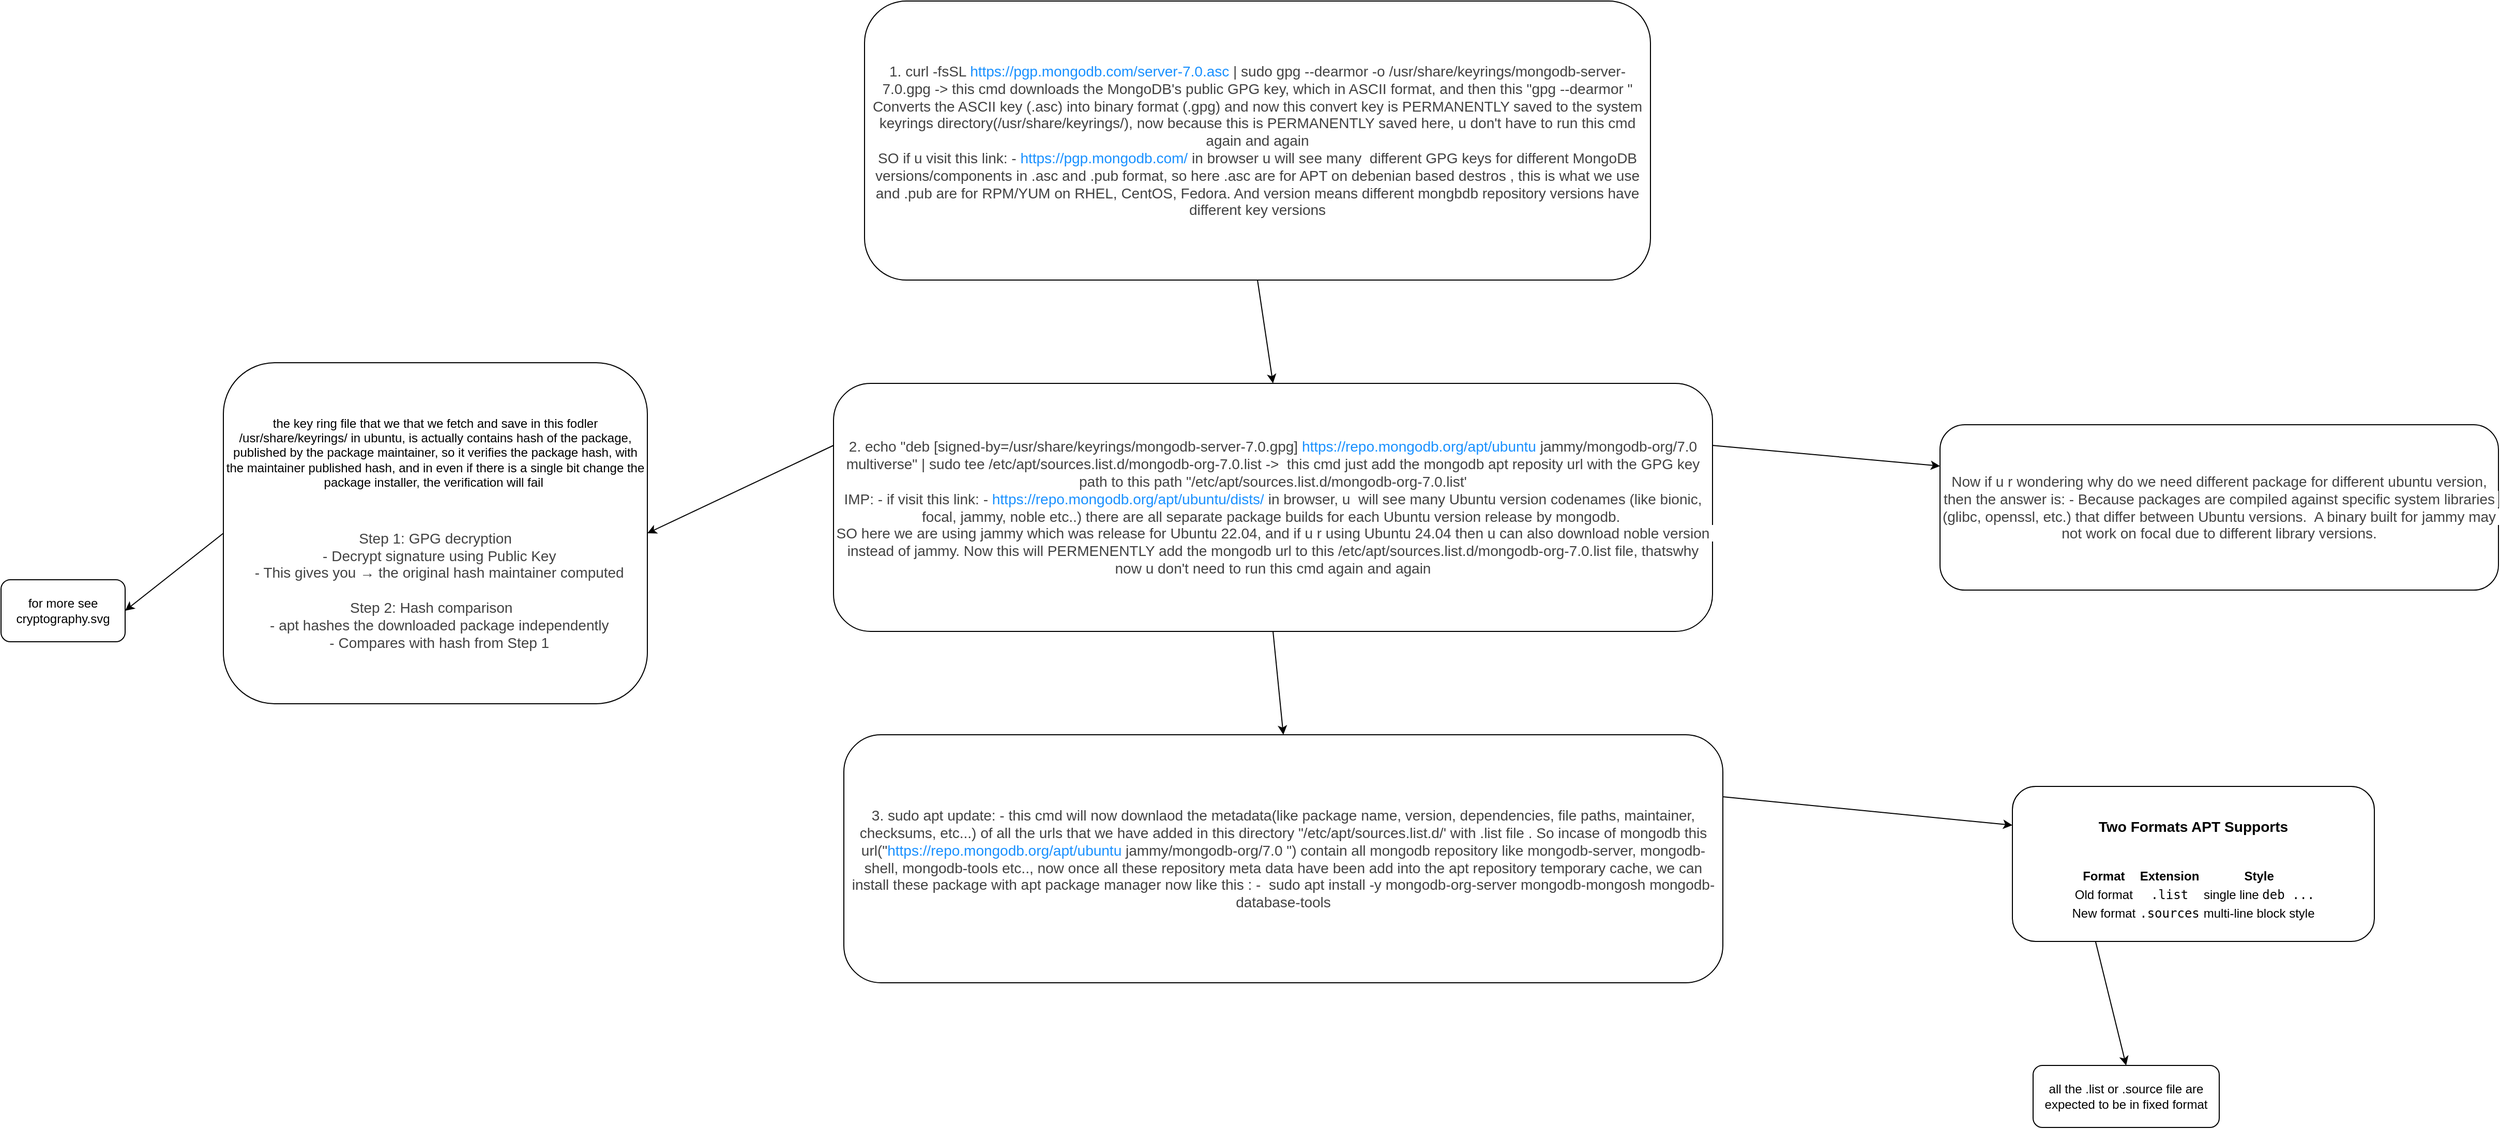
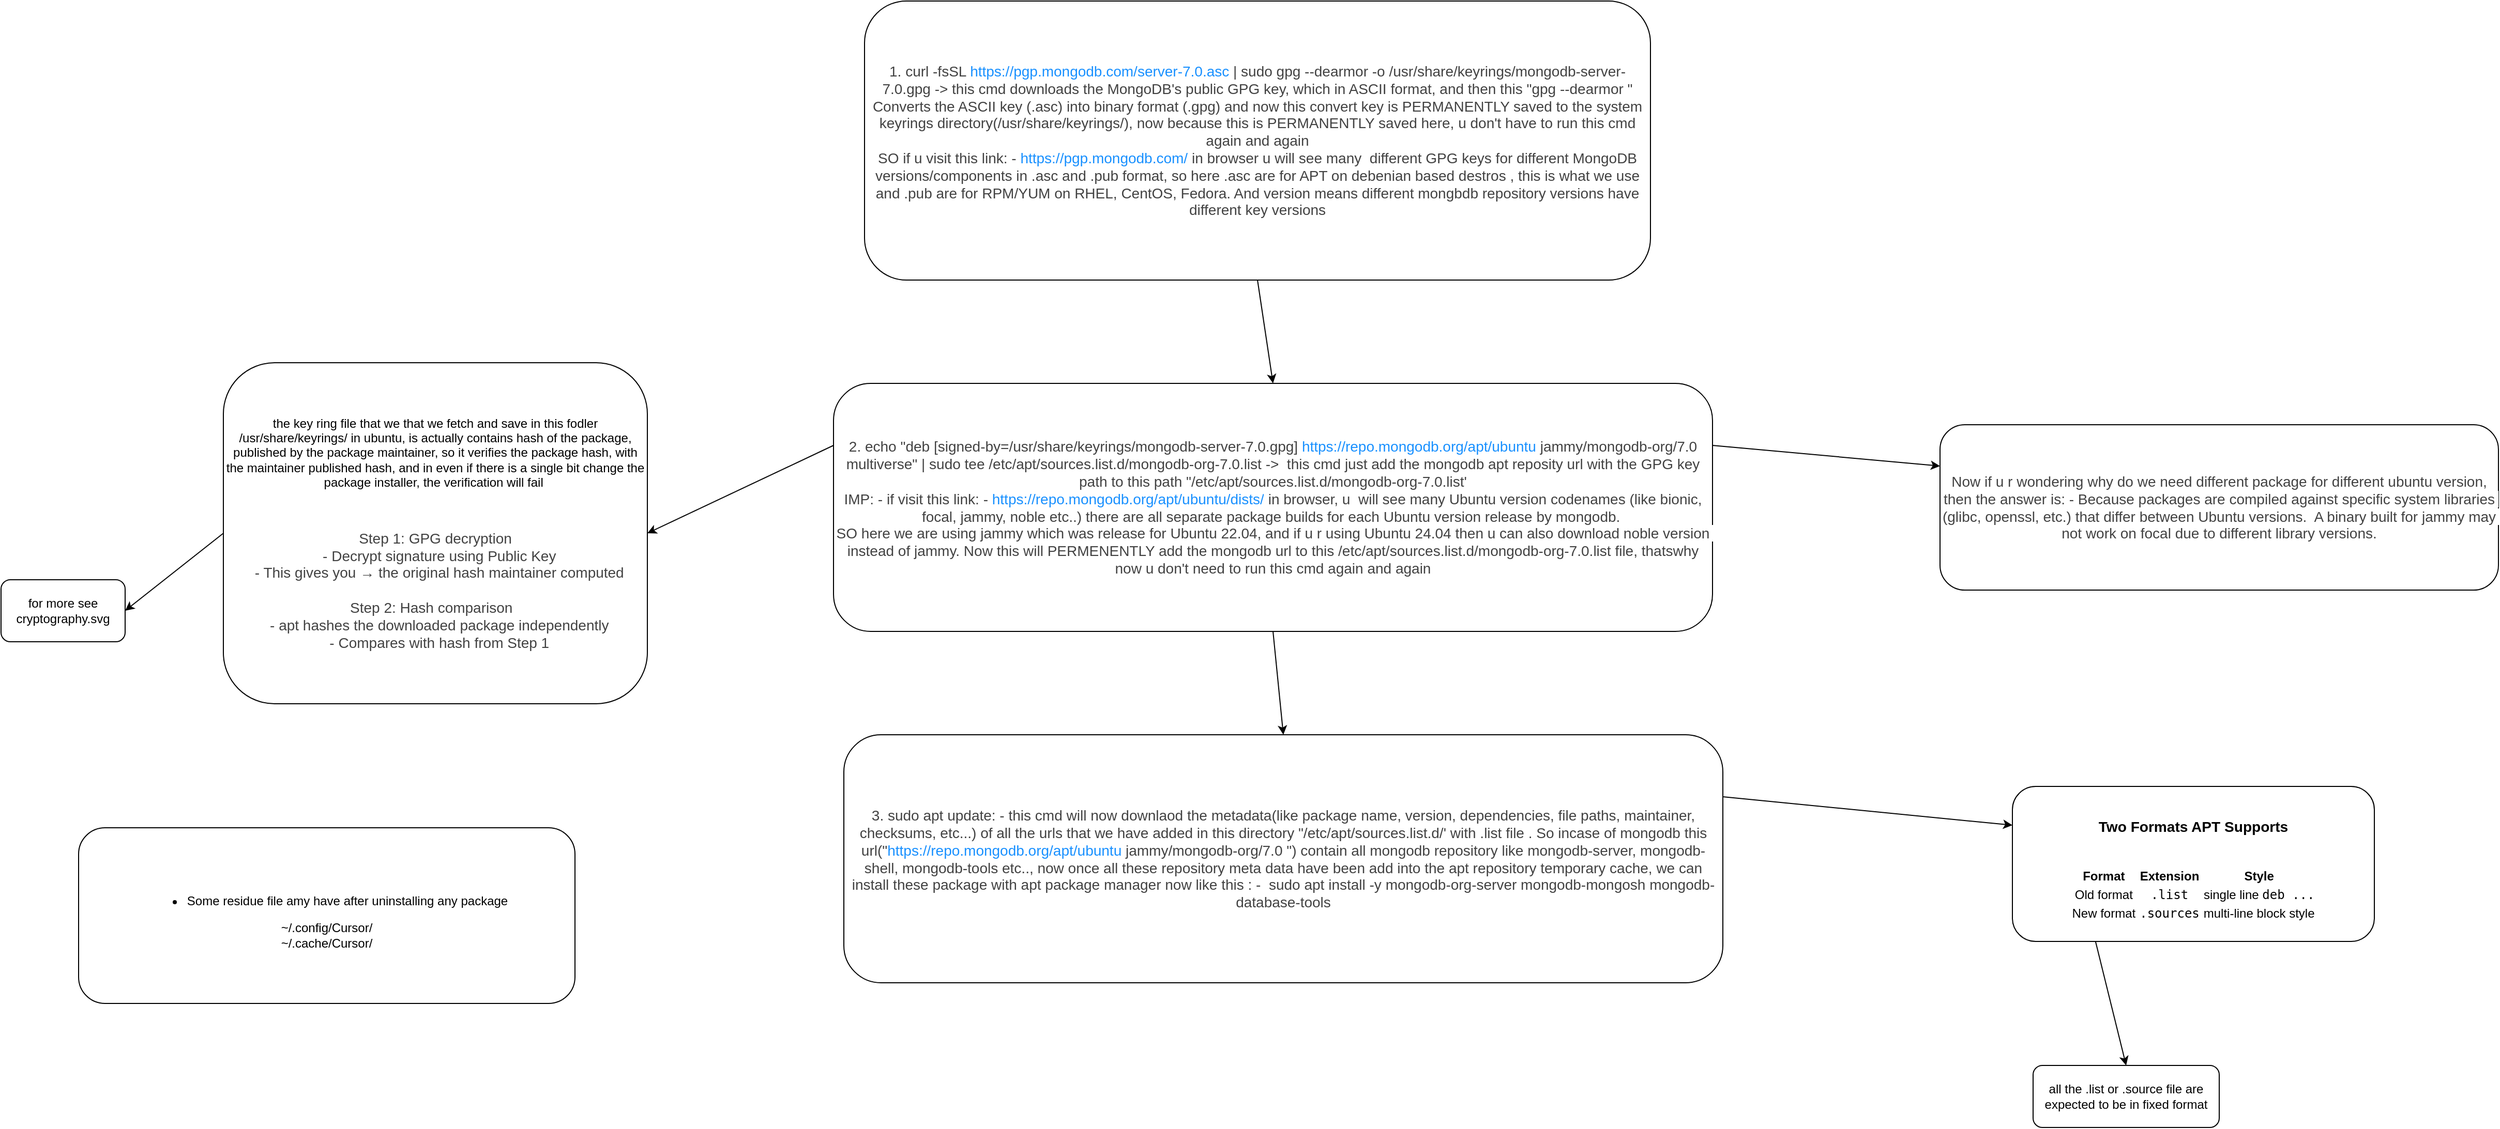
<mxfile host="65bd71144e">
    <diagram id="QQs63BoRLsVjoyWR4fhj" name="Page-1">
-         <mxGraphModel dx="2236" dy="1832" grid="1" gridSize="10" guides="1" tooltips="1" connect="1" arrows="1" fold="1" page="1" pageScale="1" pageWidth="850" pageHeight="1100" background="#ffffff" math="0" shadow="0">
+         <mxGraphModel dx="2401" dy="2146" grid="1" gridSize="10" guides="1" tooltips="1" connect="1" arrows="1" fold="1" page="1" pageScale="1" pageWidth="850" pageHeight="1100" background="#ffffff" math="0" shadow="0">
            <root>
                <mxCell id="0"/>
                <mxCell id="1" parent="0"/>
                <mxCell id="5" style="edgeStyle=none;html=1;exitX=0.5;exitY=1;exitDx=0;exitDy=0;entryX=0.5;entryY=0;entryDx=0;entryDy=0;" parent="1" source="3" target="4" edge="1">
                    <mxGeometry relative="1" as="geometry"/>
                </mxCell>
                <mxCell id="3" value="&lt;font style=&quot;color: light-dark(rgb(0, 0, 0), rgb(255, 255, 255));&quot;&gt;&lt;span style=&quot;font-family: Poppins, &amp;quot;Noto Color Emoji&amp;quot;, sans-serif; font-size: 14px; text-align: start; white-space-collapse: preserve; background-color: rgb(255, 255, 255); color: rgb(66, 66, 66);&quot;&gt;1. curl -fsSL &lt;/span&gt;&lt;a style=&quot;box-sizing: border-box; font-family: Poppins, &amp;quot;Noto Color Emoji&amp;quot;, sans-serif; text-decoration-line: none; background-color: rgb(255, 255, 255); outline: none; cursor: pointer; transition: color 0.3s; touch-action: manipulation; font-size: 14px; text-align: start; white-space-collapse: preserve; color: rgb(24, 144, 255);&quot; href=&quot;https://pgp.mongodb.com/server-7.0.asc&quot;&gt;https://pgp.mongodb.com/server-7.0.asc&lt;/a&gt;&lt;span style=&quot;font-family: Poppins, &amp;quot;Noto Color Emoji&amp;quot;, sans-serif; font-size: 14px; text-align: start; white-space-collapse: preserve; background-color: rgb(255, 255, 255); color: rgb(66, 66, 66);&quot;&gt; | sudo gpg --dearmor -o /usr/share/keyrings/mongodb-server-7.0.gpg -&amp;gt; this cmd downloads the MongoDB&#39;s public GPG key, which in ASCII format, and then this &quot;gpg --dearmor &quot; Converts the ASCII key (.asc) into binary format (.gpg) and now this convert key is PERMANENTLY saved to the system keyrings directory(/usr/share/keyrings/), now because this is PERMANENTLY saved here, u don&#39;t have to run this cmd again and again&lt;br&gt;SO if u visit this link: - &lt;/span&gt;&lt;a style=&quot;box-sizing: border-box; font-family: Poppins, &amp;quot;Noto Color Emoji&amp;quot;, sans-serif; text-decoration-line: none; background-color: rgb(255, 255, 255); outline: none; cursor: pointer; transition: color 0.3s; touch-action: manipulation; font-size: 14px; text-align: start; white-space-collapse: preserve; color: rgb(24, 144, 255);&quot; href=&quot;https://pgp.mongodb.com/&quot;&gt;https://pgp.mongodb.com/&lt;/a&gt;&lt;span style=&quot;font-family: Poppins, &amp;quot;Noto Color Emoji&amp;quot;, sans-serif; font-size: 14px; text-align: start; white-space-collapse: preserve; background-color: rgb(255, 255, 255); color: rgb(66, 66, 66);&quot;&gt; in browser u will see many  different GPG keys for different MongoDB versions/components in .asc and .pub format, so here .asc are for APT on debenian based destros , this is what we use and .pub are for RPM/YUM on RHEL, CentOS, Fedora. And version means different mongbdb repository versions have different key versions&lt;/span&gt;&lt;/font&gt;" style="rounded=1;whiteSpace=wrap;html=1;" parent="1" vertex="1">
                    <mxGeometry x="290" y="-40" width="760" height="270" as="geometry"/>
                </mxCell>
                <mxCell id="7" style="edgeStyle=none;html=1;exitX=0.5;exitY=1;exitDx=0;exitDy=0;entryX=0.5;entryY=0;entryDx=0;entryDy=0;" parent="1" source="4" target="6" edge="1">
                    <mxGeometry relative="1" as="geometry"/>
                </mxCell>
                <mxCell id="9" style="edgeStyle=none;html=1;exitX=1;exitY=0.25;exitDx=0;exitDy=0;entryX=0;entryY=0.25;entryDx=0;entryDy=0;" parent="1" source="4" target="8" edge="1">
                    <mxGeometry relative="1" as="geometry"/>
                </mxCell>
                <mxCell id="12" style="edgeStyle=none;html=1;exitX=0;exitY=0.25;exitDx=0;exitDy=0;entryX=1;entryY=0.5;entryDx=0;entryDy=0;" parent="1" source="4" target="13" edge="1">
                    <mxGeometry relative="1" as="geometry">
                        <mxPoint x="140" y="410" as="targetPoint"/>
                    </mxGeometry>
                </mxCell>
                <mxCell id="4" value="&lt;span style=&quot;color: rgb(66, 66, 66); font-family: Poppins, &amp;quot;Noto Color Emoji&amp;quot;, sans-serif; font-size: 14px; text-align: start; white-space-collapse: preserve; background-color: rgb(255, 255, 255);&quot;&gt;2. echo &quot;deb [signed-by=/usr/share/keyrings/mongodb-server-7.0.gpg] &lt;/span&gt;&lt;a style=&quot;box-sizing: border-box; font-family: Poppins, &amp;quot;Noto Color Emoji&amp;quot;, sans-serif; text-decoration-line: none; background-color: rgb(255, 255, 255); outline: none; cursor: pointer; transition: color 0.3s; touch-action: manipulation; font-size: 14px; text-align: start; white-space-collapse: preserve; color: rgb(24, 144, 255);&quot; href=&quot;https://repo.mongodb.org/apt/ubuntu&quot;&gt;https://repo.mongodb.org/apt/ubuntu&lt;/a&gt;&lt;span style=&quot;color: rgb(66, 66, 66); font-family: Poppins, &amp;quot;Noto Color Emoji&amp;quot;, sans-serif; font-size: 14px; text-align: start; white-space-collapse: preserve; background-color: rgb(255, 255, 255);&quot;&gt; jammy/mongodb-org/7.0 multiverse&quot; | sudo tee /etc/apt/sources.list.d/mongodb-org-7.0.list -&amp;gt;  this cmd just add the mongodb apt reposity url with the GPG key path to this path &quot;/etc/apt/sources.list.d/mongodb-org-7.0.list&#39;&lt;br&gt;IMP: - if visit this link: - &lt;/span&gt;&lt;a style=&quot;box-sizing: border-box; font-family: Poppins, &amp;quot;Noto Color Emoji&amp;quot;, sans-serif; text-decoration-line: none; background-color: rgb(255, 255, 255); outline: none; cursor: pointer; transition: color 0.3s; touch-action: manipulation; font-size: 14px; text-align: start; white-space-collapse: preserve; color: rgb(24, 144, 255);&quot; href=&quot;https://repo.mongodb.org/apt/ubuntu/dists/&quot;&gt;https://repo.mongodb.org/apt/ubuntu/dists/&lt;/a&gt;&lt;span style=&quot;color: rgb(66, 66, 66); font-family: Poppins, &amp;quot;Noto Color Emoji&amp;quot;, sans-serif; font-size: 14px; text-align: start; white-space-collapse: preserve; background-color: rgb(255, 255, 255);&quot;&gt; in browser, u  will see many Ubuntu version codenames (like bionic, focal, jammy, noble etc..) there are all separate package builds for each Ubuntu version release by mongodb. &lt;br&gt;SO here we are using jammy which was release for Ubuntu 22.04, and if u r using Ubuntu 24.04 then u can also download noble version instead of jammy. Now this will PERMENENTLY add the mongodb url to this /etc/apt/sources.list.d/mongodb-org-7.0.list file, thatswhy now u don&#39;t need to run this cmd again and again&lt;/span&gt;" style="rounded=1;whiteSpace=wrap;html=1;" parent="1" vertex="1">
                    <mxGeometry x="260" y="330" width="850" height="240" as="geometry"/>
                </mxCell>
                <mxCell id="11" style="edgeStyle=none;html=1;exitX=1;exitY=0.25;exitDx=0;exitDy=0;entryX=0;entryY=0.25;entryDx=0;entryDy=0;" parent="1" source="6" target="10" edge="1">
                    <mxGeometry relative="1" as="geometry"/>
                </mxCell>
                <mxCell id="14" style="edgeStyle=none;html=1;exitX=0.227;exitY=0.975;exitDx=0;exitDy=0;entryX=0.5;entryY=0;entryDx=0;entryDy=0;exitPerimeter=0;" parent="1" source="10" target="15" edge="1">
                    <mxGeometry relative="1" as="geometry">
                        <mxPoint x="120" y="770" as="targetPoint"/>
                    </mxGeometry>
                </mxCell>
                <mxCell id="6" value="&lt;span style=&quot;color: rgb(66, 66, 66); font-family: Poppins, &amp;quot;Noto Color Emoji&amp;quot;, sans-serif; font-size: 14px; text-align: start; white-space-collapse: preserve; background-color: rgb(255, 255, 255);&quot;&gt;3. sudo apt update: - this cmd will now downlaod the metadata(like package name, version, dependencies, file paths, maintainer, checksums, etc...) of all the urls that we have added in this directory &quot;/etc/apt/sources.list.d/&#39; with .list file . So incase of mongodb this url(&quot;&lt;/span&gt;&lt;a style=&quot;box-sizing: border-box; font-family: Poppins, &amp;quot;Noto Color Emoji&amp;quot;, sans-serif; text-decoration-line: none; background-color: rgb(255, 255, 255); outline: none; cursor: pointer; transition: color 0.3s; touch-action: manipulation; font-size: 14px; text-align: start; white-space-collapse: preserve; color: rgb(24, 144, 255) !important;&quot; href=&quot;https://repo.mongodb.org/apt/ubuntu&quot;&gt;https://repo.mongodb.org/apt/ubuntu&lt;/a&gt;&lt;span style=&quot;color: rgb(66, 66, 66); font-family: Poppins, &amp;quot;Noto Color Emoji&amp;quot;, sans-serif; font-size: 14px; text-align: start; white-space-collapse: preserve; background-color: rgb(255, 255, 255);&quot;&gt; jammy/mongodb-org/7.0 &quot;) contain all mongodb repository like mongodb-server, mongodb-shell, mongodb-tools etc.., now once all these repository meta data have been add into the apt repository temporary cache, we can install these package with apt package manager now like this : -  sudo apt install -y mongodb-org-server mongodb-mongosh mongodb-database-tools&lt;/span&gt;" style="rounded=1;whiteSpace=wrap;html=1;" parent="1" vertex="1">
                    <mxGeometry x="270" y="670" width="850" height="240" as="geometry"/>
                </mxCell>
                <mxCell id="8" value="&lt;span style=&quot;color: rgb(66, 66, 66); font-family: Poppins, &amp;quot;Noto Color Emoji&amp;quot;, sans-serif; font-size: 14px; text-align: start; white-space-collapse: preserve; background-color: rgb(255, 255, 255);&quot;&gt;Now if u r wondering why do we need different package for different ubuntu version, then the answer is: - Because packages are compiled against specific system libraries (glibc, openssl, etc.) that differ between Ubuntu versions.  A binary built for jammy may not work on focal due to different library versions.&lt;/span&gt;" style="rounded=1;whiteSpace=wrap;html=1;" parent="1" vertex="1">
                    <mxGeometry x="1330" y="370" width="540" height="160" as="geometry"/>
                </mxCell>
                <mxCell id="10" value="&lt;h3 class=&quot;text-text-100 mt-2 -mb-1 text-base font-bold&quot;&gt;Two Formats APT Supports&lt;/h3&gt;&lt;br/&gt;&lt;div class=&quot;overflow-x-auto w-full px-2 mb-6&quot;&gt;&lt;table class=&quot;min-w-full border-collapse text-sm leading-[1.7] whitespace-normal&quot;&gt;&lt;thead class=&quot;text-left&quot;&gt;&lt;tr&gt;&lt;th class=&quot;text-text-100 border-b-0.5 border-border-300/60 py-2 pr-4 align-top font-bold&quot;&gt;Format&lt;/th&gt;&lt;th class=&quot;text-text-100 border-b-0.5 border-border-300/60 py-2 pr-4 align-top font-bold&quot;&gt;Extension&lt;/th&gt;&lt;th class=&quot;text-text-100 border-b-0.5 border-border-300/60 py-2 pr-4 align-top font-bold&quot;&gt;Style&lt;/th&gt;&lt;/tr&gt;&lt;/thead&gt;&lt;tbody&gt;&lt;tr&gt;&lt;td class=&quot;border-b-0.5 border-border-300/30 py-2 pr-4 align-top&quot;&gt;Old format&lt;/td&gt;&lt;td class=&quot;border-b-0.5 border-border-300/30 py-2 pr-4 align-top&quot;&gt;&lt;code class=&quot;bg-text-200/5 border border-0.5 border-border-300 text-danger-000 whitespace-pre-wrap rounded-[0.4rem] px-1 py-px text-[0.9rem]&quot;&gt;.list&lt;/code&gt;&lt;/td&gt;&lt;td class=&quot;border-b-0.5 border-border-300/30 py-2 pr-4 align-top&quot;&gt;single line &lt;code class=&quot;bg-text-200/5 border border-0.5 border-border-300 text-danger-000 whitespace-pre-wrap rounded-[0.4rem] px-1 py-px text-[0.9rem]&quot;&gt;deb ...&lt;/code&gt;&lt;/td&gt;&lt;/tr&gt;&lt;tr&gt;&lt;td class=&quot;border-b-0.5 border-border-300/30 py-2 pr-4 align-top&quot;&gt;New format&lt;/td&gt;&lt;td class=&quot;border-b-0.5 border-border-300/30 py-2 pr-4 align-top&quot;&gt;&lt;code class=&quot;bg-text-200/5 border border-0.5 border-border-300 text-danger-000 whitespace-pre-wrap rounded-[0.4rem] px-1 py-px text-[0.9rem]&quot;&gt;.sources&lt;/code&gt;&lt;/td&gt;&lt;td class=&quot;border-b-0.5 border-border-300/30 py-2 pr-4 align-top&quot;&gt;multi-line block style&lt;/td&gt;&lt;/tr&gt;&lt;/tbody&gt;&lt;/table&gt;&lt;/div&gt;" style="rounded=1;whiteSpace=wrap;html=1;" parent="1" vertex="1">
                    <mxGeometry x="1400" y="720" width="350" height="150" as="geometry"/>
                </mxCell>
-                 <mxCell id="16" style="edgeStyle=none;html=1;exitX=0;exitY=0.5;exitDx=0;exitDy=0;entryX=1;entryY=0.5;entryDx=0;entryDy=0;" edge="1" parent="1" source="13" target="17">
+                 <mxCell id="16" style="edgeStyle=none;html=1;exitX=0;exitY=0.5;exitDx=0;exitDy=0;entryX=1;entryY=0.5;entryDx=0;entryDy=0;" parent="1" source="13" target="17" edge="1">
                    <mxGeometry relative="1" as="geometry">
                        <mxPoint x="-390" y="490" as="targetPoint"/>
                    </mxGeometry>
                </mxCell>
                <mxCell id="13" value="&lt;p data-pm-slice=&quot;1 1 []&quot;&gt;the key ring file that we that we fetch and save in this fodler /usr/share/keyrings/ in ubuntu, is actually contains hash of the package, published by the package maintainer, so it verifies the package hash, with the maintainer published hash, and in even if there is a single bit change the package installer, the verification will fail&amp;nbsp;&lt;/p&gt;&lt;p data-pm-slice=&quot;1 1 []&quot;&gt;&lt;br&gt;&lt;/p&gt;&lt;p data-pm-slice=&quot;1 1 []&quot;&gt;&lt;span style=&quot;color: rgb(66, 66, 66); font-family: Poppins, &amp;quot;Noto Color Emoji&amp;quot;, sans-serif; font-size: 14px; text-align: start; white-space-collapse: preserve; background-color: rgb(255, 255, 255);&quot;&gt;Step 1: GPG decryption&lt;br/&gt;  - Decrypt signature using Public Key&lt;br/&gt;  - This gives you → the original hash maintainer computed&lt;br/&gt;&lt;br/&gt;Step 2: Hash comparison  &lt;br/&gt;  - apt hashes the downloaded package independently&lt;br/&gt;  - Compares with hash from Step 1&lt;/span&gt;&lt;/p&gt;" style="rounded=1;whiteSpace=wrap;html=1;" parent="1" vertex="1">
                    <mxGeometry x="-330" y="310" width="410" height="330" as="geometry"/>
                </mxCell>
                <mxCell id="15" value="all the .list or .source file are expected to be in fixed format" style="rounded=1;whiteSpace=wrap;html=1;" parent="1" vertex="1">
                    <mxGeometry x="1420" y="990" width="180" height="60" as="geometry"/>
                </mxCell>
-                 <mxCell id="17" value="for more see cryptography.svg" style="rounded=1;whiteSpace=wrap;html=1;" vertex="1" parent="1">
+                 <mxCell id="17" value="for more see cryptography.svg" style="rounded=1;whiteSpace=wrap;html=1;" parent="1" vertex="1">
                    <mxGeometry x="-545" y="520" width="120" height="60" as="geometry"/>
+                 </mxCell>
+                 <mxCell id="18" value="&lt;ul&gt;&lt;li&gt;&lt;span style=&quot;background-color: transparent;&quot;&gt;&lt;font style=&quot;color: light-dark(rgb(0, 0, 0), rgb(255, 255, 255));&quot;&gt;Some residue file amy have after uninstalling any package&lt;/font&gt;&lt;/span&gt;&lt;/li&gt;&lt;/ul&gt;&lt;div&gt;&lt;font style=&quot;color: light-dark(rgb(0, 0, 0), rgb(255, 255, 255));&quot;&gt;~/.config/Cursor/&lt;br&gt;~/.cache/Cursor/&lt;/font&gt;&lt;/div&gt;" style="rounded=1;whiteSpace=wrap;html=1;" vertex="1" parent="1">
+                     <mxGeometry x="-470" y="760" width="480" height="170" as="geometry"/>
                </mxCell>
            </root>
        </mxGraphModel>
    </diagram>
</mxfile>